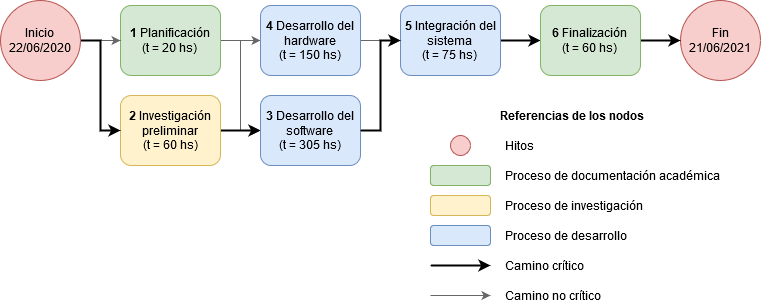
Above: Figuras/activity_on_node.png in nahueespinosa/plantilla-planificacion (draw.io), before the change. Source tidied: cells renumbered, new cells last; positions are measured from the earlier drawing's top-left corner, leaving out a move shared by most shapes.
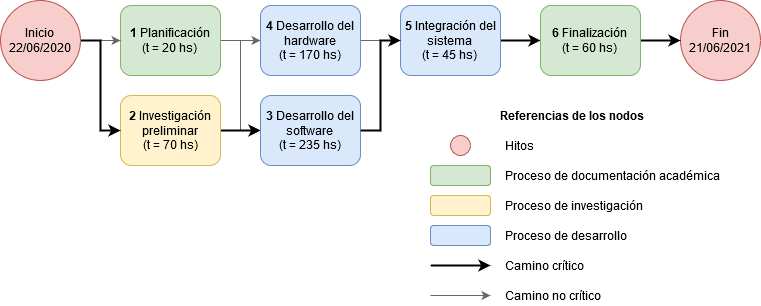
After the commit.

Commit message:
Actualización de diagrama AON

Diff of the diagram source:
```diff
@@ -27,7 +27,7 @@
         <mxPoint x="260" y="130" as="targetPoint" />
       </mxGeometry>
     </mxCell>
-    <mxCell id="6" value="&lt;div style=&quot;font-size: 12px;&quot;&gt;&lt;b style=&quot;font-size: 12px;&quot;&gt;2&lt;/b&gt; Investigación preliminar&lt;/div&gt;&lt;div style=&quot;font-size: 12px;&quot;&gt;(t = 60 hs)&lt;/div&gt;" style="whiteSpace=wrap;html=1;rounded=1;fillColor=#fff2cc;strokeColor=#d6b656;fontSize=12;" parent="1" vertex="1">
+    <mxCell id="6" value="&lt;div style=&quot;font-size: 12px&quot;&gt;&lt;b style=&quot;font-size: 12px&quot;&gt;2&lt;/b&gt; Investigación preliminar&lt;/div&gt;&lt;div style=&quot;font-size: 12px&quot;&gt;(t = 70 hs)&lt;/div&gt;" style="whiteSpace=wrap;html=1;rounded=1;fillColor=#fff2cc;strokeColor=#d6b656;fontSize=12;" parent="1" vertex="1">
       <mxGeometry x="120" y="95" width="100" height="70" as="geometry" />
     </mxCell>
     <mxCell id="7" style="edgeStyle=orthogonalEdgeStyle;rounded=0;jettySize=auto;html=1;exitX=1;exitY=0.5;exitDx=0;exitDy=0;entryX=0;entryY=0.5;entryDx=0;entryDy=0;fontSize=11;fillColor=#f5f5f5;strokeColor=#666666;" parent="1" edge="1" source="9" target="3">
@@ -87,13 +87,13 @@
     <mxCell id="23" value="Camino no crítico" style="text;html=1;strokeColor=none;fillColor=none;align=left;verticalAlign=middle;whiteSpace=wrap;rounded=0;" parent="1" vertex="1">
       <mxGeometry x="503" y="285" width="220" height="20" as="geometry" />
     </mxCell>
-    <mxCell id="24" value="&lt;div style=&quot;font-size: 12px;&quot;&gt;&lt;b style=&quot;font-size: 12px;&quot;&gt;3&lt;/b&gt; Desarrollo del software&lt;br style=&quot;font-size: 12px;&quot;&gt;&lt;/div&gt;&lt;div style=&quot;font-size: 12px;&quot;&gt;(t = 305 hs)&lt;br style=&quot;font-size: 12px;&quot;&gt;&lt;/div&gt;" style="whiteSpace=wrap;html=1;rounded=1;fillColor=#dae8fc;strokeColor=#6c8ebf;fontSize=12;" parent="1" vertex="1">
+    <mxCell id="24" value="&lt;div style=&quot;font-size: 12px&quot;&gt;&lt;b style=&quot;font-size: 12px&quot;&gt;3&lt;/b&gt; Desarrollo del software&lt;br style=&quot;font-size: 12px&quot;&gt;&lt;/div&gt;&lt;div style=&quot;font-size: 12px&quot;&gt;(t = 235 hs)&lt;br style=&quot;font-size: 12px&quot;&gt;&lt;/div&gt;" style="whiteSpace=wrap;html=1;rounded=1;fillColor=#dae8fc;strokeColor=#6c8ebf;fontSize=12;" parent="1" vertex="1">
       <mxGeometry x="260" y="95" width="100" height="70" as="geometry" />
     </mxCell>
     <mxCell id="25" style="edgeStyle=orthogonalEdgeStyle;rounded=0;jettySize=auto;html=1;exitX=1;exitY=0.5;exitDx=0;exitDy=0;entryX=0;entryY=0.5;entryDx=0;entryDy=0;fontSize=11;fillColor=#f5f5f5;strokeColor=#666666;" parent="1" edge="1" source="26" target="28">
       <mxGeometry relative="1" as="geometry" />
     </mxCell>
-    <mxCell id="26" value="&lt;div style=&quot;font-size: 12px;&quot;&gt;&lt;b style=&quot;font-size: 12px;&quot;&gt;4&lt;/b&gt; Desarrollo del hardware&lt;br style=&quot;font-size: 12px;&quot;&gt;&lt;/div&gt;&lt;div style=&quot;font-size: 12px;&quot;&gt;(t = 150 hs)&lt;br style=&quot;font-size: 12px;&quot;&gt;&lt;/div&gt;" style="whiteSpace=wrap;html=1;rounded=1;fillColor=#dae8fc;strokeColor=#6c8ebf;fontSize=12;" parent="1" vertex="1">
+    <mxCell id="26" value="&lt;div style=&quot;font-size: 12px&quot;&gt;&lt;b style=&quot;font-size: 12px&quot;&gt;4&lt;/b&gt; Desarrollo del hardware&lt;br style=&quot;font-size: 12px&quot;&gt;&lt;/div&gt;&lt;div style=&quot;font-size: 12px&quot;&gt;(t = 170 hs)&lt;br style=&quot;font-size: 12px&quot;&gt;&lt;/div&gt;" style="whiteSpace=wrap;html=1;rounded=1;fillColor=#dae8fc;strokeColor=#6c8ebf;fontSize=12;" parent="1" vertex="1">
       <mxGeometry x="260" y="5" width="100" height="70" as="geometry" />
     </mxCell>
     <mxCell id="27" style="edgeStyle=orthogonalEdgeStyle;rounded=0;jettySize=auto;html=1;exitX=1;exitY=0.5;exitDx=0;exitDy=0;entryX=0;entryY=0.5;entryDx=0;entryDy=0;fontSize=11;strokeWidth=2;" parent="1" edge="1" source="28" target="30">
@@ -103,7 +103,7 @@
         </Array>
       </mxGeometry>
     </mxCell>
-    <mxCell id="28" value="&lt;div style=&quot;font-size: 12px;&quot;&gt;&lt;b style=&quot;font-size: 12px;&quot;&gt;5&lt;/b&gt; Integración del sistema&lt;br style=&quot;font-size: 12px;&quot;&gt;&lt;/div&gt;&lt;div style=&quot;font-size: 12px;&quot;&gt;(t = 75 hs)&lt;br style=&quot;font-size: 12px;&quot;&gt;&lt;/div&gt;" style="whiteSpace=wrap;html=1;rounded=1;fillColor=#dae8fc;strokeColor=#6c8ebf;fontSize=12;" parent="1" vertex="1">
+    <mxCell id="28" value="&lt;div style=&quot;font-size: 12px&quot;&gt;&lt;b style=&quot;font-size: 12px&quot;&gt;5&lt;/b&gt; Integración del sistema&lt;br style=&quot;font-size: 12px&quot;&gt;&lt;/div&gt;&lt;div style=&quot;font-size: 12px&quot;&gt;(t = 45 hs)&lt;br style=&quot;font-size: 12px&quot;&gt;&lt;/div&gt;" style="whiteSpace=wrap;html=1;rounded=1;fillColor=#dae8fc;strokeColor=#6c8ebf;fontSize=12;" parent="1" vertex="1">
       <mxGeometry x="400" y="5" width="100" height="70" as="geometry" />
     </mxCell>
     <mxCell id="29" style="edgeStyle=orthogonalEdgeStyle;rounded=0;jettySize=auto;html=1;exitX=1;exitY=0.5;exitDx=0;exitDy=0;entryX=0;entryY=0.5;entryDx=0;entryDy=0;fontSize=11;strokeWidth=2;" parent="1" edge="1" source="30" target="10">
```
